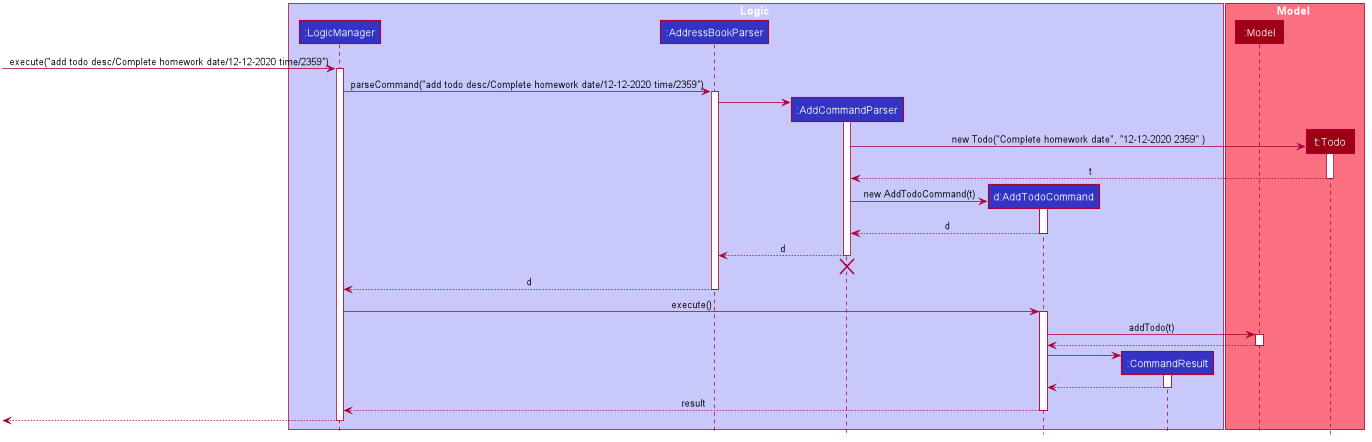
Before: docs/images/addTask/AddTaskSequenceDiagram.png, a diagram exported from PlantUML (urieltan/tp).
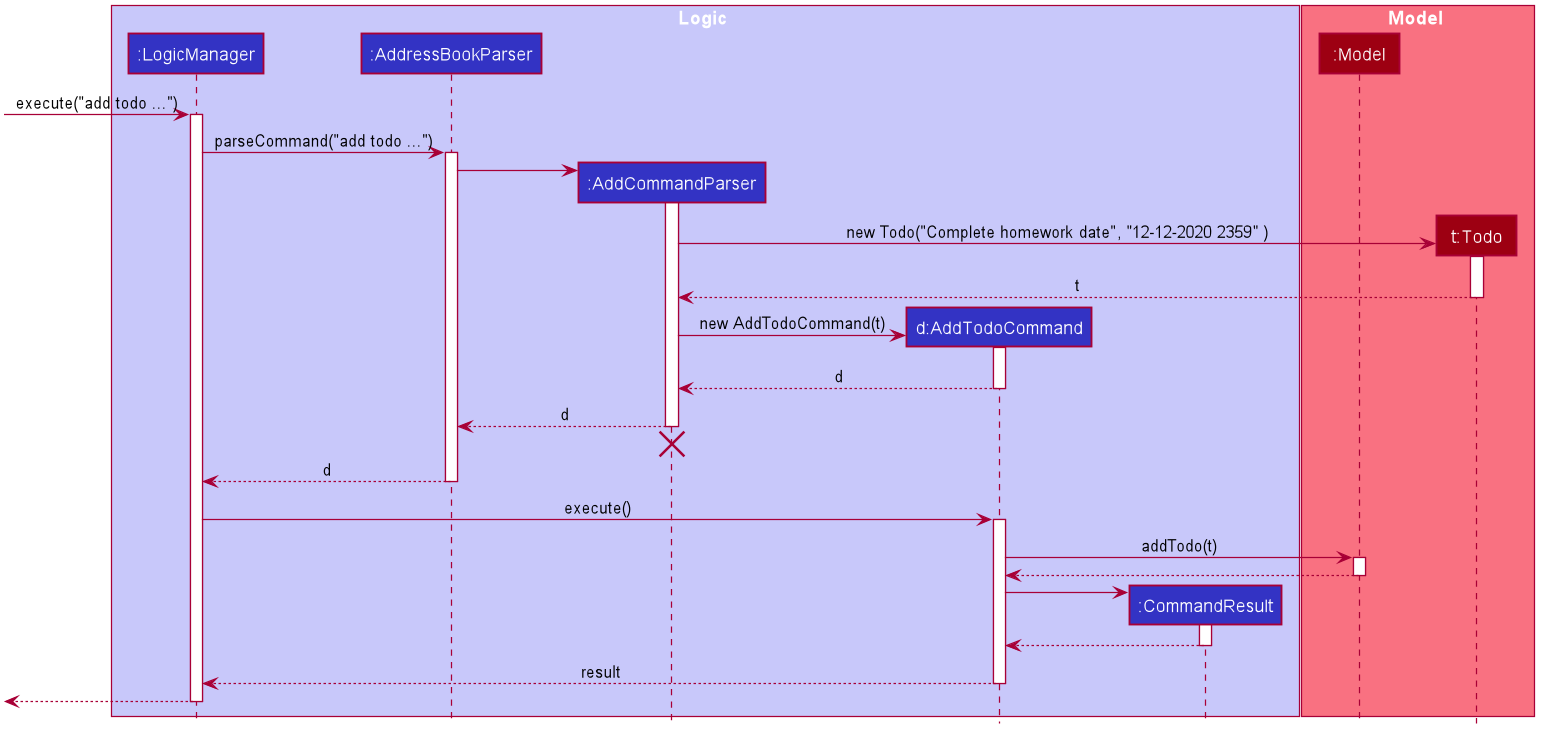
The same diagram one commit later.

Commit message:
Edit sequence diagram sizes

The edit, as a diff of the source:
```diff
@@ -61,10 +61,10 @@
 participant "t:Todo" as Todo #9D0012
 end box
 
-[-> LogicManager : execute("add todo desc/Complete homework date/12-12-2020 time/2359")
+[-> LogicManager : execute("add todo ...")
 activate LogicManager
 
-LogicManager -> AddressBookParser : parseCommand("add todo desc/Complete homework date/12-12-2020 time/2359")
+LogicManager -> AddressBookParser : parseCommand("add todo ...")
 activate AddressBookParser
 
 create AddCommandParser
```
